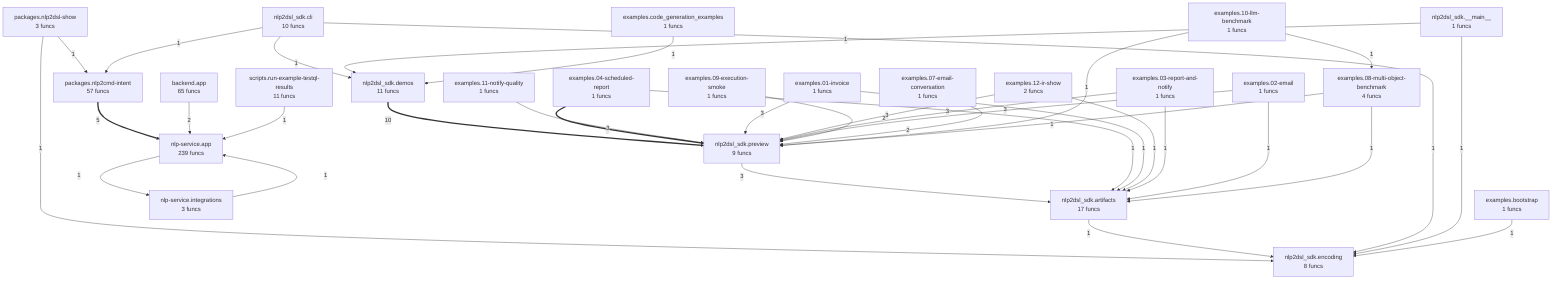
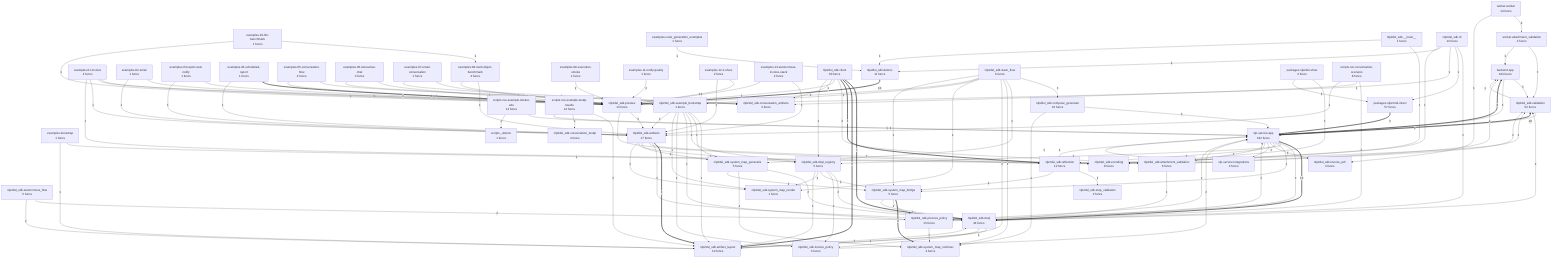
flowchart TD
- %% generated in 0.02s
-     backend__app["backend.app<br/>65 funcs"]
-     examples__01_invoice["examples.01-invoice<br/>1 funcs"]
+ %% generated in 0.05s
+     backend__app["backend.app<br/>104 funcs"]
+     examples__01_invoice["examples.01-invoice<br/>4 funcs"]
    examples__02_email["examples.02-email<br/>1 funcs"]
    examples__03_report_and_notify["examples.03-report-and-notify<br/>1 funcs"]
    examples__04_scheduled_report["examples.04-scheduled-report<br/>1 funcs"]
+     examples__05_conversation_flow["examples.05-conversation-flow<br/>4 funcs"]
+     examples__06_interactive_chat["examples.06-interactive-chat<br/>3 funcs"]
    examples__07_email_conversation["examples.07-email-conversation<br/>1 funcs"]
    examples__08_multi_object_benchmark["examples.08-multi-object-benchmark<br/>4 funcs"]
    examples__09_execution_smoke["examples.09-execution-smoke<br/>1 funcs"]
    examples__10_llm_benchmark["examples.10-llm-benchmark<br/>1 funcs"]
    examples__11_notify_quality["examples.11-notify-quality<br/>1 funcs"]
    examples__12_ir_show["examples.12-ir-show<br/>2 funcs"]
+     examples__13_autonomous_invoice_stack["examples.13-autonomous-invoice-stack<br/>2 funcs"]
    examples__bootstrap["examples.bootstrap<br/>1 funcs"]
    examples__code_generation_examples["examples.code_generation_examples<br/>1 funcs"]
-     nlp_service__app["nlp-service.app<br/>239 funcs"]
+     nlp_service__app["nlp-service.app<br/>332 funcs"]
    nlp_service__integrations["nlp-service.integrations<br/>3 funcs"]
    nlp2dsl_sdk____main__["nlp2dsl_sdk.__main__<br/>1 funcs"]
+     nlp2dsl_sdk__artifact_layout["nlp2dsl_sdk.artifact_layout<br/>10 funcs"]
    nlp2dsl_sdk__artifacts["nlp2dsl_sdk.artifacts<br/>17 funcs"]
-     nlp2dsl_sdk__cli["nlp2dsl_sdk.cli<br/>10 funcs"]
+     nlp2dsl_sdk__attachment_validation["nlp2dsl_sdk.attachment_validation<br/>6 funcs"]
+     nlp2dsl_sdk__autonomous_flow["nlp2dsl_sdk.autonomous_flow<br/>5 funcs"]
+     nlp2dsl_sdk__cli["nlp2dsl_sdk.cli<br/>13 funcs"]
+     nlp2dsl_sdk__client["nlp2dsl_sdk.client<br/>60 funcs"]
+     nlp2dsl_sdk__compose_generator["nlp2dsl_sdk.compose_generator<br/>16 funcs"]
+     nlp2dsl_sdk__conversation_artifacts["nlp2dsl_sdk.conversation_artifacts<br/>3 funcs"]
+     nlp2dsl_sdk__conversation_testql["nlp2dsl_sdk.conversation_testql<br/>4 funcs"]
    nlp2dsl_sdk__demos["nlp2dsl_sdk.demos<br/>11 funcs"]
+     nlp2dsl_sdk__doql["nlp2dsl_sdk.doql<br/>34 funcs"]
+     nlp2dsl_sdk__doql_registry["nlp2dsl_sdk.doql_registry<br/>5 funcs"]
    nlp2dsl_sdk__encoding["nlp2dsl_sdk.encoding<br/>8 funcs"]
-     nlp2dsl_sdk__preview["nlp2dsl_sdk.preview<br/>9 funcs"]
+     nlp2dsl_sdk__example_bootstrap["nlp2dsl_sdk.example_bootstrap<br/>1 funcs"]
+     nlp2dsl_sdk__invoice_pdf["nlp2dsl_sdk.invoice_pdf<br/>3 funcs"]
+     nlp2dsl_sdk__invoice_policy["nlp2dsl_sdk.invoice_policy<br/>3 funcs"]
+     nlp2dsl_sdk__preview["nlp2dsl_sdk.preview<br/>13 funcs"]
+     nlp2dsl_sdk__process_policy["nlp2dsl_sdk.process_policy<br/>13 funcs"]
+     nlp2dsl_sdk__reflection["nlp2dsl_sdk.reflection<br/>12 funcs"]
+     nlp2dsl_sdk__stack_flow["nlp2dsl_sdk.stack_flow<br/>6 funcs"]
+     nlp2dsl_sdk__step_validation["nlp2dsl_sdk.step_validation<br/>2 funcs"]
+     nlp2dsl_sdk__system_map_bridge["nlp2dsl_sdk.system_map_bridge<br/>5 funcs"]
+     nlp2dsl_sdk__system_map_generator["nlp2dsl_sdk.system_map_generator<br/>5 funcs"]
+     nlp2dsl_sdk__system_map_render["nlp2dsl_sdk.system_map_render<br/>1 funcs"]
+     nlp2dsl_sdk__system_map_runtimes["nlp2dsl_sdk.system_map_runtimes<br/>4 funcs"]
+     nlp2dsl_sdk__validation["nlp2dsl_sdk.validation<br/>52 funcs"]
    packages__nlp2cmd_intent["packages.nlp2cmd-intent<br/>57 funcs"]
    packages__nlp2dsl_show["packages.nlp2dsl-show<br/>3 funcs"]
-     scripts__run_example_testql_results["scripts.run-example-testql-results<br/>11 funcs"]
+     scripts___dotenv["scripts._dotenv<br/>1 funcs"]
+     scripts__run_conversation_scenario["scripts.run-conversation-scenario<br/>8 funcs"]
+     scripts__run_example_docker_e2e["scripts.run-example-docker-e2e<br/>12 funcs"]
+     scripts__run_example_testql_results["scripts.run-example-testql-results<br/>14 funcs"]
+     worker__attachment_validation["worker.attachment_validation<br/>2 funcs"]
+     worker__worker["worker.worker<br/>14 funcs"]
+     nlp_service__app ==>|13| nlp2dsl_sdk__doql
    nlp2dsl_sdk__demos ==>|10| nlp2dsl_sdk__preview
+     nlp_service__app ==>|10| nlp2dsl_sdk__validation
+     nlp_service__app ==>|8| backend__app
+     nlp2dsl_sdk__client ==>|7| nlp2dsl_sdk__doql
    packages__nlp2cmd_intent ==>|5| nlp_service__app
+     nlp2dsl_sdk__client ==>|5| nlp2dsl_sdk__artifact_layout
+     nlp2dsl_sdk__artifacts ==>|4| nlp2dsl_sdk__artifact_layout
+     nlp2dsl_sdk__client ==>|4| nlp2dsl_sdk__reflection
+     nlp2dsl_sdk__system_map_bridge ==>|4| nlp2dsl_sdk__system_map_runtimes
    examples__04_scheduled_report ==>|4| nlp2dsl_sdk__preview
+     backend__app -->|3| nlp2dsl_sdk__validation
+     backend__app -->|3| nlp_service__app
+     nlp2dsl_sdk__client -->|3| nlp2dsl_sdk__attachment_validation
+     nlp2dsl_sdk__attachment_validation -->|3| nlp2dsl_sdk__validation
+     nlp2dsl_sdk__stack_flow -->|3| nlp2dsl_sdk__compose_generator
    nlp2dsl_sdk__preview -->|3| nlp2dsl_sdk__artifacts
    examples__11_notify_quality -->|3| nlp2dsl_sdk__preview
    examples__01_invoice -->|3| nlp2dsl_sdk__preview
    examples__12_ir_show -->|3| nlp2dsl_sdk__preview
    examples__03_report_and_notify -->|3| nlp2dsl_sdk__preview
    examples__02_email -->|3| nlp2dsl_sdk__preview
-     backend__app -->|2| nlp_service__app
+     nlp_service__app -->|3| nlp2dsl_sdk__process_policy
+     worker__attachment_validation -->|3| nlp2dsl_sdk__validation
+     nlp2dsl_sdk__system_map_generator -->|2| nlp2dsl_sdk__doql
+     nlp2dsl_sdk__artifacts -->|2| nlp2dsl_sdk__doql
+     nlp2dsl_sdk__cli -->|2| nlp2dsl_sdk__doql
+     nlp2dsl_sdk__example_bootstrap -->|2| nlp2dsl_sdk__artifact_layout
+     nlp2dsl_sdk__doql_registry -->|2| nlp2dsl_sdk__doql
+     nlp2dsl_sdk__invoice_policy -->|2| nlp_service__app
+     nlp2dsl_sdk__attachment_validation -->|2| backend__app
+     nlp2dsl_sdk__stack_flow -->|2| nlp2dsl_sdk__system_map_generator
+     nlp2dsl_sdk__stack_flow -->|2| nlp2dsl_sdk__system_map_runtimes
+     nlp2dsl_sdk__stack_flow -->|2| nlp2dsl_sdk__artifact_layout
+     nlp2dsl_sdk__stack_flow -->|2| nlp2dsl_sdk__system_map_render
+     nlp2dsl_sdk__autonomous_flow -->|2| nlp2dsl_sdk__doql
+     nlp2dsl_sdk__autonomous_flow -->|2| nlp2dsl_sdk__artifact_layout
+     nlp2dsl_sdk__process_policy -->|2| nlp_service__app
+     nlp2dsl_sdk__validation -->|2| nlp_service__app
    examples__09_execution_smoke -->|2| nlp2dsl_sdk__preview
    examples__07_email_conversation -->|2| nlp2dsl_sdk__preview
+     worker__worker -->|2| worker__attachment_validation
+     scripts__run_example_testql_results -->|2| nlp2dsl_sdk__artifact_layout
+     scripts__run_conversation_scenario -->|2| nlp2dsl_sdk__doql
    packages__nlp2dsl_show -->|1| nlp2dsl_sdk__encoding
    packages__nlp2dsl_show -->|1| packages__nlp2cmd_intent
+     nlp2dsl_sdk__system_map_generator -->|1| nlp2dsl_sdk__system_map_runtimes
+     nlp2dsl_sdk__system_map_generator -->|1| nlp2dsl_sdk__system_map_bridge
    nlp2dsl_sdk__artifacts -->|1| nlp2dsl_sdk__encoding
+     nlp2dsl_sdk__artifacts -->|1| nlp2dsl_sdk__system_map_generator
+     nlp2dsl_sdk__artifacts -->|1| nlp2dsl_sdk__doql_registry
+     nlp2dsl_sdk__artifacts -->|1| nlp2dsl_sdk__system_map_render
    nlp2dsl_sdk__cli -->|1| packages__nlp2cmd_intent
+     nlp2dsl_sdk__cli -->|1| nlp2dsl_sdk__preview
    nlp2dsl_sdk__cli -->|1| nlp2dsl_sdk__demos
    nlp2dsl_sdk__cli -->|1| nlp2dsl_sdk__encoding
+     nlp2dsl_sdk__example_bootstrap -->|1| nlp2dsl_sdk__system_map_generator
+     nlp2dsl_sdk__example_bootstrap -->|1| nlp2dsl_sdk__doql_registry
+     nlp2dsl_sdk__example_bootstrap -->|1| nlp2dsl_sdk__process_policy
+     nlp2dsl_sdk__example_bootstrap -->|1| nlp2dsl_sdk__invoice_policy
+     nlp2dsl_sdk__example_bootstrap -->|1| nlp2dsl_sdk__system_map_render
+     nlp2dsl_sdk__example_bootstrap -->|1| nlp2dsl_sdk__artifacts
+     nlp2dsl_sdk__doql_registry -->|1| nlp2dsl_sdk__invoice_policy
+     nlp2dsl_sdk__doql_registry -->|1| nlp2dsl_sdk__system_map_bridge
+     nlp2dsl_sdk__doql_registry -->|1| nlp2dsl_sdk__system_map_render
+     nlp2dsl_sdk__doql_registry -->|1| nlp2dsl_sdk__artifact_layout
+     nlp2dsl_sdk__client -->|1| nlp2dsl_sdk__preview
+     nlp2dsl_sdk__client -->|1| nlp2dsl_sdk__conversation_artifacts
+     nlp2dsl_sdk__client -->|1| nlp2dsl_sdk__doql_registry
    nlp2dsl_sdk____main__ -->|1| nlp2dsl_sdk__encoding
    nlp2dsl_sdk____main__ -->|1| nlp2dsl_sdk__demos
+     nlp2dsl_sdk__attachment_validation -->|1| nlp2dsl_sdk__doql
+     nlp2dsl_sdk__system_map_bridge -->|1| nlp2dsl_sdk__process_policy
+     nlp2dsl_sdk__system_map_bridge -->|1| nlp2dsl_sdk__doql
+     nlp2dsl_sdk__reflection -->|1| nlp2dsl_sdk__validation
+     nlp2dsl_sdk__reflection -->|1| nlp_service__app
+     nlp2dsl_sdk__reflection -->|1| nlp2dsl_sdk__step_validation
+     nlp2dsl_sdk__reflection -->|1| nlp2dsl_sdk__system_map_bridge
+     nlp2dsl_sdk__stack_flow -->|1| nlp2dsl_sdk__example_bootstrap
+     nlp2dsl_sdk__stack_flow -->|1| nlp2dsl_sdk__preview
+     nlp2dsl_sdk__stack_flow -->|1| nlp2dsl_sdk__system_map_bridge
+     nlp2dsl_sdk__compose_generator -->|1| nlp_service__app
+     nlp2dsl_sdk__compose_generator -->|1| nlp2dsl_sdk__system_map_runtimes
+     nlp2dsl_sdk__preview -->|1| nlp2dsl_sdk__reflection
+     nlp2dsl_sdk__process_policy -->|1| nlp2dsl_sdk__system_map_runtimes
+     nlp2dsl_sdk__artifact_layout -->|1| nlp2dsl_sdk__doql
+     nlp2dsl_sdk__validation -->|1| backend__app
+     nlp2dsl_sdk__doql -->|1| nlp2dsl_sdk__artifact_layout
+     nlp2dsl_sdk__doql -->|1| nlp_service__app
+     nlp2dsl_sdk__doql -->|1| nlp2dsl_sdk__invoice_policy
    examples__bootstrap -->|1| nlp2dsl_sdk__encoding
+     examples__bootstrap -->|1| nlp2dsl_sdk__artifact_layout
    examples__code_generation_examples -->|1| nlp2dsl_sdk__demos
+     examples__13_autonomous_invoice_stack -->|1| nlp2dsl_sdk__artifacts
+     examples__13_autonomous_invoice_stack -->|1| nlp2dsl_sdk__preview
    examples__10_llm_benchmark -->|1| examples__08_multi_object_benchmark
    examples__10_llm_benchmark -->|1| nlp2dsl_sdk__preview
+     examples__05_conversation_flow -->|1| nlp2dsl_sdk__conversation_artifacts
+     examples__05_conversation_flow -->|1| nlp2dsl_sdk__preview
    examples__04_scheduled_report -->|1| nlp2dsl_sdk__artifacts
+     examples__01_invoice -->|1| nlp2dsl_sdk__example_bootstrap
    examples__01_invoice -->|1| nlp2dsl_sdk__artifacts
+     examples__01_invoice -->|1| nlp2dsl_sdk__attachment_validation
    examples__12_ir_show -->|1| nlp2dsl_sdk__artifacts
+     examples__07_email_conversation -->|1| nlp2dsl_sdk__conversation_artifacts
    examples__03_report_and_notify -->|1| nlp2dsl_sdk__artifacts
    examples__02_email -->|1| nlp2dsl_sdk__artifacts
+     examples__06_interactive_chat -->|1| nlp2dsl_sdk__preview
+     examples__06_interactive_chat -->|1| nlp2dsl_sdk__conversation_artifacts
    examples__08_multi_object_benchmark -->|1| nlp2dsl_sdk__artifacts
    examples__08_multi_object_benchmark -->|1| nlp2dsl_sdk__preview
+     nlp_service__app -->|1| nlp2dsl_sdk__doql_registry
+     nlp_service__app -->|1| nlp2dsl_sdk__system_map_bridge
+     nlp_service__app -->|1| nlp2dsl_sdk__reflection
+     nlp_service__app -->|1| nlp2dsl_sdk__invoice_pdf
    nlp_service__app -->|1| nlp_service__integrations
    nlp_service__integrations -->|1| nlp_service__app
+     worker__attachment_validation -->|1| backend__app
+     worker__worker -->|1| nlp2dsl_sdk__invoice_pdf
+     scripts__run_example_testql_results -->|1| nlp2dsl_sdk__conversation_testql
    scripts__run_example_testql_results -->|1| nlp_service__app
+     scripts__run_example_docker_e2e -->|1| nlp_service__app
+     scripts__run_example_docker_e2e -->|1| scripts___dotenv
+     scripts__run_conversation_scenario -->|1| nlp2dsl_sdk__conversation_artifacts
+     scripts__run_conversation_scenario -->|1| nlp2dsl_sdk__artifacts
+     nlp2dsl_sdk__doql -->|1| nlp2dsl_sdk__validation
+     nlp_service__app -->|1| nlp2dsl_sdk__attachment_validation
